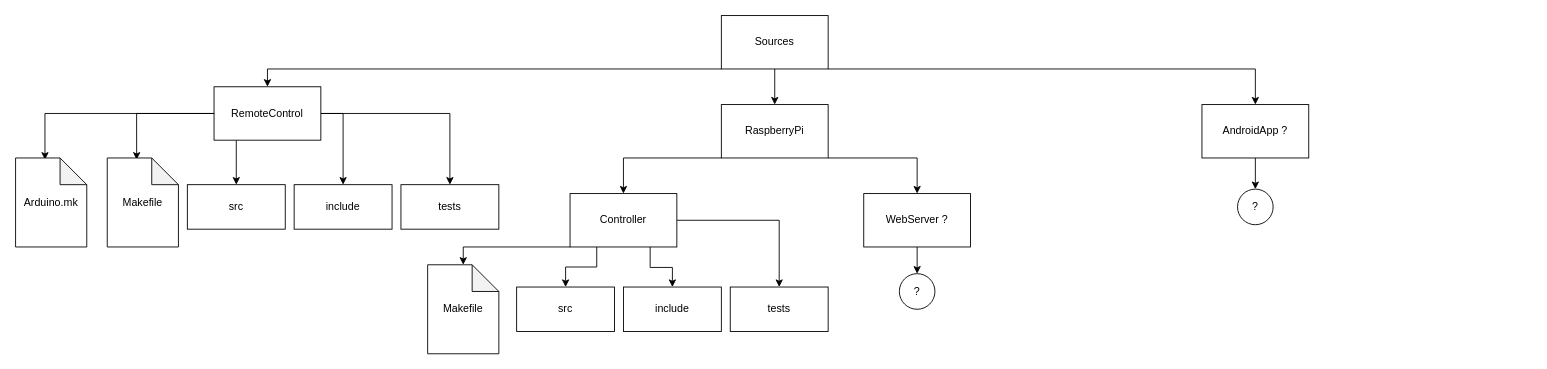
Earlier version of the draw.io diagram Diagrams/Mindmaps/Struture de la programmation.drawio (to268/DMX). Source tidied: cells renumbered, new cells numbered last; positions are measured from the earlier drawing's top-left corner, leaving out a move shared by most shapes. Both pictures are drawn from the tidied source at 89%, with x=0, y=0 at pixel (15, 15).
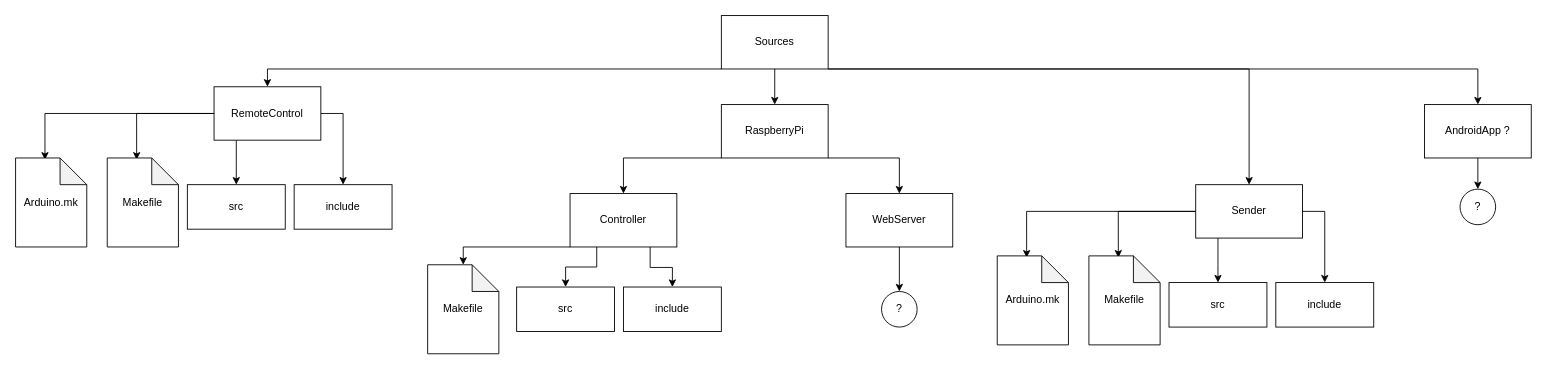
The same page after the edit.

The change refers to these unchanged cells:
```xml
<mxCell id="5" value="Sources" style="rounded=0;whiteSpace=wrap;html=1;" parent="1" vertex="1">
  <mxGeometry x="793" width="120" height="60" as="geometry" />
</mxCell>
<mxCell id="11" value="RemoteControl" style="rounded=0;whiteSpace=wrap;html=1;" parent="1" vertex="1">
  <mxGeometry x="223" y="80" width="120" height="60" as="geometry" />
</mxCell>
<mxCell id="14" value="RaspberryPi" style="rounded=0;whiteSpace=wrap;html=1;" parent="1" vertex="1">
  <mxGeometry x="793" y="100" width="120" height="60" as="geometry" />
</mxCell>
<mxCell id="21" value="Controller" style="rounded=0;whiteSpace=wrap;html=1;" parent="1" vertex="1">
  <mxGeometry x="623" y="200" width="120" height="60" as="geometry" />
</mxCell>
```

Change to the diagram source:
```diff
@@
     <mxCell id="4" style="edgeStyle=orthogonalEdgeStyle;rounded=0;jettySize=auto;html=1;exitX=1;exitY=1;exitDx=0;exitDy=0;entryX=0.5;entryY=0;entryDx=0;entryDy=0;" parent="1" edge="1" source="5" target="16">
       <mxGeometry relative="1" as="geometry">
         <Array as="points">
-          <mxPoint x="1393" y="60" />
+          <mxPoint x="1643" y="60" />
         </Array>
       </mxGeometry>
     </mxCell>
+    <mxCell id="35" style="edgeStyle=orthogonalEdgeStyle;rounded=0;jettySize=auto;html=1;exitX=1;exitY=1;exitDx=0;exitDy=0;entryX=0.5;entryY=0;entryDx=0;entryDy=0;" parent="1" edge="1" source="5" target="40">
+      <mxGeometry relative="1" as="geometry">
+        <Array as="points">
+          <mxPoint x="1386" y="60" />
+        </Array>
+      </mxGeometry>
+    </mxCell>
@@
-    <mxCell id="10" style="edgeStyle=orthogonalEdgeStyle;rounded=0;jettySize=auto;html=1;exitX=1;exitY=0.5;exitDx=0;exitDy=0;entryX=0.5;entryY=0;entryDx=0;entryDy=0;" parent="1" edge="1" source="11" target="33">
-      <mxGeometry relative="1" as="geometry" />
-    </mxCell>
@@
     <mxCell id="13" style="edgeStyle=orthogonalEdgeStyle;rounded=0;jettySize=auto;html=1;exitX=1;exitY=1;exitDx=0;exitDy=0;entryX=0.5;entryY=0;entryDx=0;entryDy=0;" parent="1" edge="1" source="14" target="23">
       <mxGeometry relative="1" as="geometry">
         <Array as="points">
-          <mxPoint x="1013" y="160" />
+          <mxPoint x="993" y="160" />
         </Array>
       </mxGeometry>
     </mxCell>
@@
     <mxCell id="16" value="AndroidApp ?" style="rounded=0;whiteSpace=wrap;html=1;" parent="1" vertex="1">
-      <mxGeometry x="1333" y="100" width="120" height="60" as="geometry" />
+      <mxGeometry x="1583" y="100" width="120" height="60" as="geometry" />
     </mxCell>
@@
-    <mxCell id="20" style="edgeStyle=orthogonalEdgeStyle;rounded=0;jettySize=auto;html=1;exitX=1;exitY=0.5;exitDx=0;exitDy=0;entryX=0.5;entryY=0;entryDx=0;entryDy=0;" parent="1" edge="1" source="21" target="34">
-      <mxGeometry relative="1" as="geometry" />
-    </mxCell>
@@
-    <mxCell id="23" value="WebServer ?" style="rounded=0;whiteSpace=wrap;html=1;" parent="1" vertex="1">
-      <mxGeometry x="953" y="200" width="120" height="60" as="geometry" />
+    <mxCell id="23" value="WebServer" style="rounded=0;whiteSpace=wrap;html=1;" parent="1" vertex="1">
+      <mxGeometry x="933" y="200" width="120" height="60" as="geometry" />
     </mxCell>
     <mxCell id="24" value="?" style="ellipse;whiteSpace=wrap;html=1;" parent="1" vertex="1">
-      <mxGeometry x="993" y="290" width="40" height="40" as="geometry" />
+      <mxGeometry x="973" y="310" width="40" height="40" as="geometry" />
     </mxCell>
@@
     <mxCell id="32" value="?" style="ellipse;whiteSpace=wrap;html=1;" parent="1" vertex="1">
-      <mxGeometry x="1373" y="195" width="40" height="40" as="geometry" />
+      <mxGeometry x="1623" y="195" width="40" height="40" as="geometry" />
     </mxCell>
-    <mxCell id="33" value="tests" style="rounded=0;whiteSpace=wrap;html=1;" parent="1" vertex="1">
-      <mxGeometry x="433" y="190" width="110" height="50" as="geometry" />
-    </mxCell>
-    <mxCell id="34" value="tests" style="rounded=0;whiteSpace=wrap;html=1;" parent="1" vertex="1">
-      <mxGeometry x="803" y="305" width="110" height="50" as="geometry" />
-    </mxCell>
+    <mxCell id="36" style="edgeStyle=orthogonalEdgeStyle;rounded=0;jettySize=auto;html=1;exitX=0;exitY=0.5;exitDx=0;exitDy=0;entryX=0.413;entryY=0.02;entryDx=0;entryDy=0;entryPerimeter=0;" parent="1" edge="1" source="40" target="44">
+      <mxGeometry relative="1" as="geometry" />
+    </mxCell>
+    <mxCell id="37" style="edgeStyle=orthogonalEdgeStyle;rounded=0;jettySize=auto;html=1;exitX=0;exitY=0.5;exitDx=0;exitDy=0;entryX=0.413;entryY=0.02;entryDx=0;entryDy=0;entryPerimeter=0;" parent="1" edge="1" source="40" target="42">
+      <mxGeometry relative="1" as="geometry" />
+    </mxCell>
+    <mxCell id="38" style="edgeStyle=orthogonalEdgeStyle;rounded=0;jettySize=auto;html=1;entryX=0.5;entryY=0;entryDx=0;entryDy=0;" parent="1" edge="1" source="40" target="41">
+      <mxGeometry relative="1" as="geometry">
+        <Array as="points">
+          <mxPoint x="1351" y="280" />
+          <mxPoint x="1351" y="280" />
+        </Array>
+      </mxGeometry>
+    </mxCell>
+    <mxCell id="39" style="edgeStyle=orthogonalEdgeStyle;rounded=0;jettySize=auto;html=1;exitX=1;exitY=0.5;exitDx=0;exitDy=0;entryX=0.5;entryY=0;entryDx=0;entryDy=0;" parent="1" edge="1" source="40" target="43">
+      <mxGeometry relative="1" as="geometry" />
+    </mxCell>
+    <mxCell id="40" value="Sender" style="rounded=0;whiteSpace=wrap;html=1;" parent="1" vertex="1">
+      <mxGeometry x="1326" y="190" width="120" height="60" as="geometry" />
+    </mxCell>
+    <mxCell id="41" value="src" style="rounded=0;whiteSpace=wrap;html=1;" parent="1" vertex="1">
+      <mxGeometry x="1296" y="300" width="110" height="50" as="geometry" />
+    </mxCell>
+    <mxCell id="42" value="Makefile" style="shape=note;whiteSpace=wrap;html=1;backgroundOutline=1;darkOpacity=0.05;" parent="1" vertex="1">
+      <mxGeometry x="1206" y="270" width="80" height="100" as="geometry" />
+    </mxCell>
+    <mxCell id="43" value="include" style="rounded=0;whiteSpace=wrap;html=1;" parent="1" vertex="1">
+      <mxGeometry x="1416" y="300" width="110" height="50" as="geometry" />
+    </mxCell>
+    <mxCell id="44" value="Arduino.mk" style="shape=note;whiteSpace=wrap;html=1;backgroundOutline=1;darkOpacity=0.05;" parent="1" vertex="1">
+      <mxGeometry x="1103" y="270" width="80" height="100" as="geometry" />
+    </mxCell>
```
